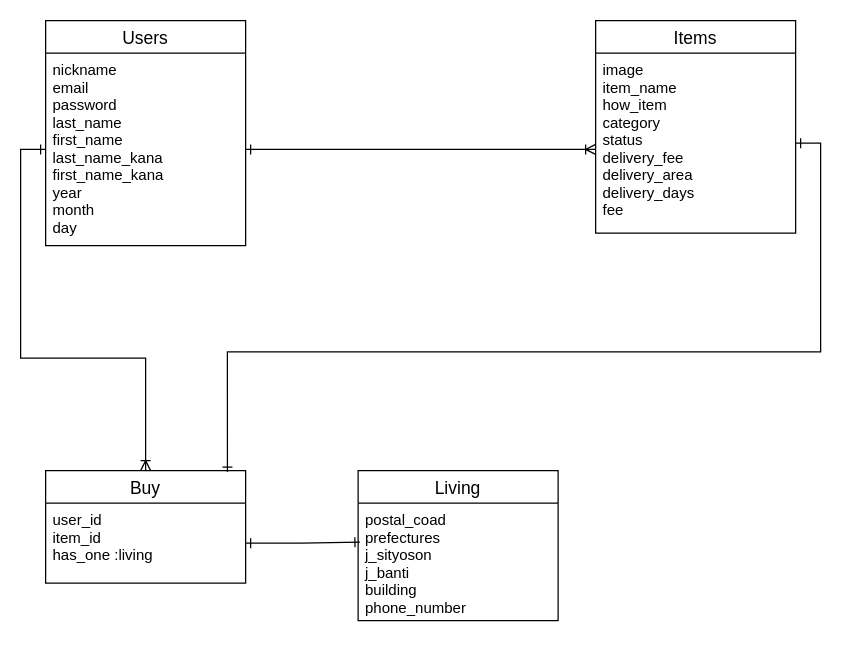
Before: er.dio in Aiki-k/furima-33392, a draw.io diagram. Source tidied: cells renumbered, new cells numbered last; positions are measured from the earlier drawing's top-left corner, leaving out a move shared by most shapes. Both pictures are drawn from the tidied source at 125%, with x=0, y=0 at pixel (45, 20).
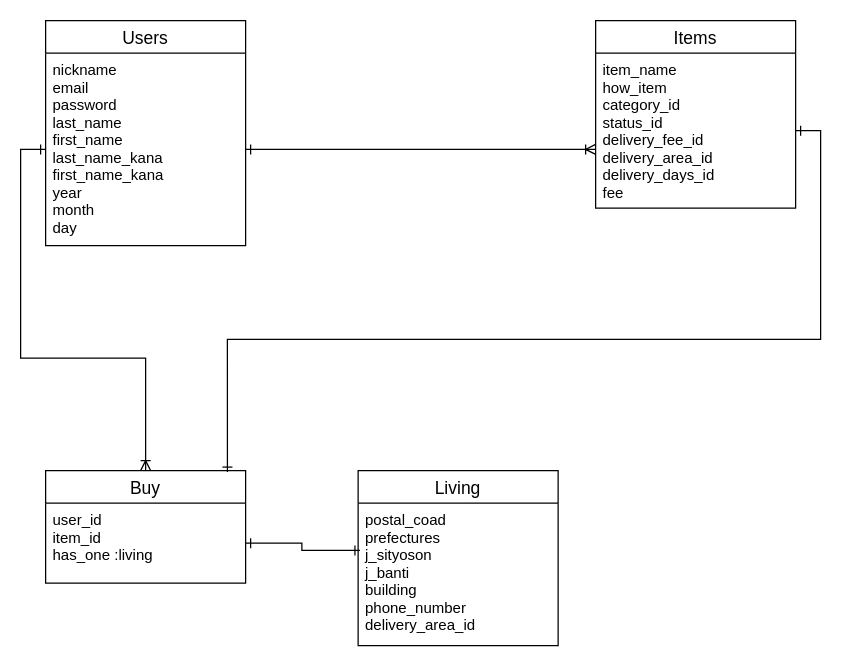
Above is the later version.

What changed in the source:
```diff
@@
 <mxGraphModel>
   <root>
     <mxCell id="0" />
     <mxCell id="1" parent="0" />
     <mxCell id="2" value="Users" style="swimlane;fontStyle=0;horizontal=1;startSize=26;align=center;fontSize=14;" parent="1" vertex="1">
       <mxGeometry width="160" height="180" as="geometry" />
     </mxCell>
     <mxCell id="3" value="nickname&#10;email&#10;password&#10;last_name&#10;first_name&#10;last_name_kana&#10;first_name_kana&#10;year&#10;month&#10;day" style="text;strokeColor=none;fillColor=none;spacingLeft=4;spacingRight=4;overflow=hidden;points=[[0,0.5],[1,0.5]];portConstraint=eastwest;fontSize=12;" parent="2" vertex="1">
       <mxGeometry y="26" width="160" height="154" as="geometry" />
     </mxCell>
     <mxCell id="4" value="Items" style="swimlane;fontStyle=0;horizontal=1;startSize=26;align=center;fontSize=14;" parent="1" vertex="1">
-      <mxGeometry x="440" width="160" height="170" as="geometry" />
+      <mxGeometry x="440" width="160" height="150" as="geometry" />
     </mxCell>
-    <mxCell id="5" value="image&#10;item_name&#10;how_item&#10;category&#10;status&#10;delivery_fee&#10;delivery_area&#10;delivery_days&#10;fee" style="text;strokeColor=none;fillColor=none;spacingLeft=4;spacingRight=4;overflow=hidden;points=[[0,0.5],[1,0.5]];portConstraint=eastwest;fontSize=12;" parent="4" vertex="1">
-      <mxGeometry y="26" width="160" height="144" as="geometry" />
+    <mxCell id="5" value="item_name&#10;how_item&#10;category_id&#10;status_id&#10;delivery_fee_id&#10;delivery_area_id&#10;delivery_days_id&#10;fee" style="text;strokeColor=none;fillColor=none;spacingLeft=4;spacingRight=4;overflow=hidden;points=[[0,0.5],[1,0.5]];portConstraint=eastwest;fontSize=12;" parent="4" vertex="1">
+      <mxGeometry y="26" width="160" height="124" as="geometry" />
     </mxCell>
     <mxCell id="6" value="Buy" style="swimlane;fontStyle=0;horizontal=1;startSize=26;align=center;fontSize=14;" parent="1" vertex="1">
       <mxGeometry y="360" width="160" height="90" as="geometry" />
     </mxCell>
     <mxCell id="7" value="user_id&#10;item_id&#10;has_one :living" style="text;strokeColor=none;fillColor=none;spacingLeft=4;spacingRight=4;overflow=hidden;points=[[0,0.5],[1,0.5]];portConstraint=eastwest;fontSize=12;" parent="6" vertex="1">
       <mxGeometry y="26" width="160" height="64" as="geometry" />
     </mxCell>
     <mxCell id="8" value="Living" style="swimlane;fontStyle=0;horizontal=1;startSize=26;align=center;fontSize=14;" parent="1" vertex="1">
-      <mxGeometry x="250" y="360" width="160" height="120" as="geometry" />
+      <mxGeometry x="250" y="360" width="160" height="140" as="geometry" />
     </mxCell>
-    <mxCell id="9" value="postal_coad&#10;prefectures&#10;j_sityoson&#10;j_banti&#10;building&#10;phone_number" style="text;strokeColor=none;fillColor=none;spacingLeft=4;spacingRight=4;overflow=hidden;points=[[0,0.5],[1,0.5]];portConstraint=eastwest;fontSize=12;" parent="8" vertex="1">
-      <mxGeometry y="26" width="160" height="94" as="geometry" />
+    <mxCell id="9" value="postal_coad&#10;prefectures&#10;j_sityoson&#10;j_banti&#10;building&#10;phone_number&#10;delivery_area_id" style="text;strokeColor=none;fillColor=none;spacingLeft=4;spacingRight=4;overflow=hidden;points=[[0,0.5],[1,0.5]];portConstraint=eastwest;fontSize=12;" parent="8" vertex="1">
+      <mxGeometry y="26" width="160" height="114" as="geometry" />
     </mxCell>
     <mxCell id="10" style="edgeStyle=orthogonalEdgeStyle;rounded=0;jettySize=auto;html=1;endArrow=ERoneToMany;endFill=0;startArrow=ERone;startFill=0;" parent="1" edge="1" source="3" target="5">
       <mxGeometry relative="1" as="geometry">
         <Array as="points">
           <mxPoint x="400" y="103" />
           <mxPoint x="400" y="103" />
         </Array>
       </mxGeometry>
     </mxCell>
     <mxCell id="11" style="edgeStyle=orthogonalEdgeStyle;rounded=0;jettySize=auto;html=1;startArrow=ERone;startFill=0;endArrow=ERoneToMany;endFill=0;entryX=0.5;entryY=0;entryDx=0;entryDy=0;" parent="1" edge="1" source="3" target="6">
       <mxGeometry relative="1" as="geometry" />
     </mxCell>
     <mxCell id="12" style="edgeStyle=orthogonalEdgeStyle;rounded=0;jettySize=auto;html=1;exitX=1;exitY=0.5;exitDx=0;exitDy=0;startArrow=ERone;startFill=0;endArrow=ERone;endFill=0;entryX=0.909;entryY=0.013;entryDx=0;entryDy=0;entryPerimeter=0;" parent="1" edge="1" source="5" target="6">
       <mxGeometry relative="1" as="geometry" />
     </mxCell>
     <mxCell id="13" style="edgeStyle=orthogonalEdgeStyle;rounded=0;jettySize=auto;html=1;startArrow=ERone;startFill=0;endArrow=ERone;endFill=0;entryX=0.009;entryY=0.332;entryDx=0;entryDy=0;entryPerimeter=0;" parent="1" edge="1" source="7" target="9">
       <mxGeometry relative="1" as="geometry" />
     </mxCell>
   </root>
 </mxGraphModel>
```
